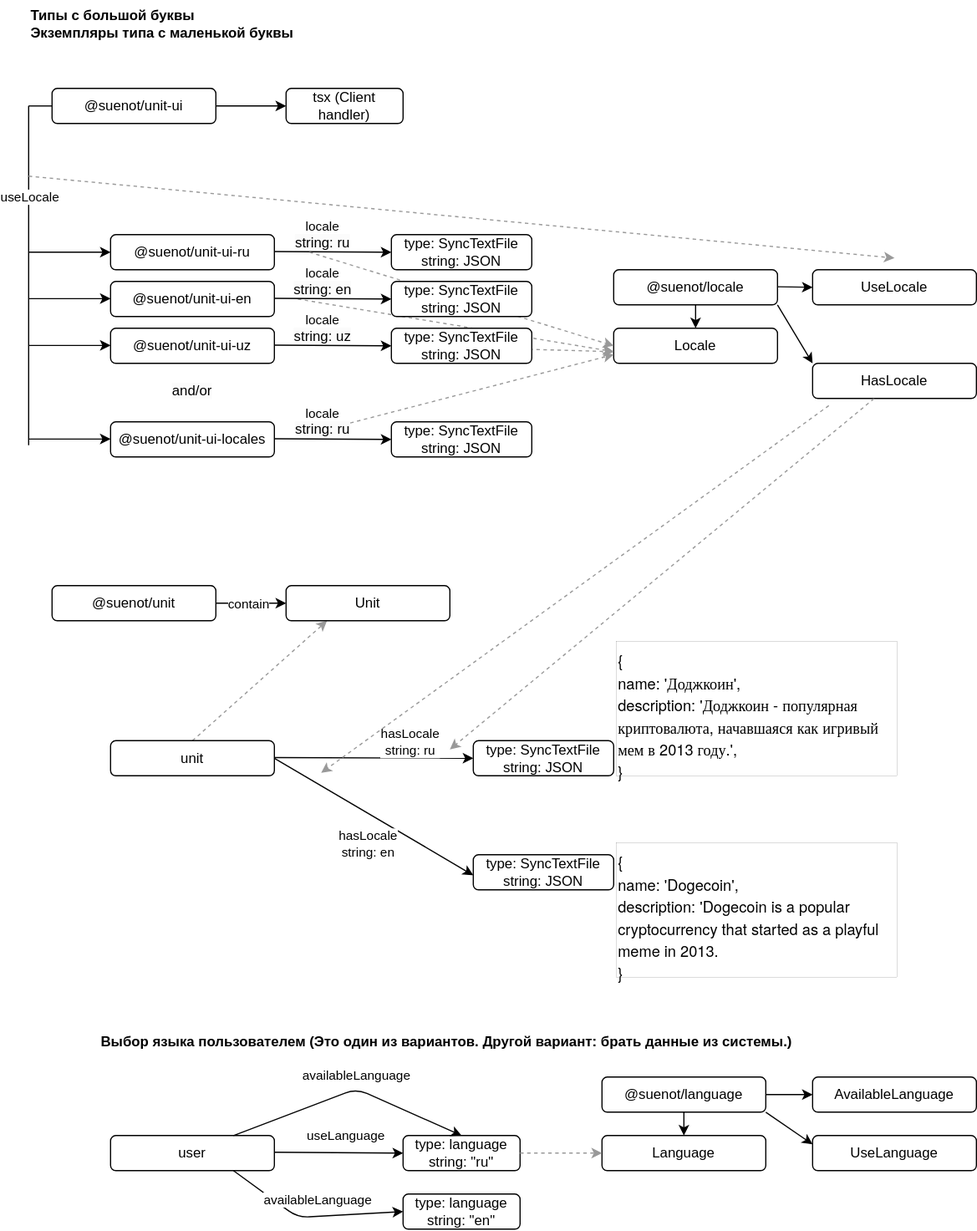
Earlier version of the draw.io export src/db/deep/_locales.drawio.svg (suenot/intuition7). Source tidied: cells renumbered, new cells last; positions are measured from the earlier drawing's top-left corner, leaving out a move shared by most shapes.
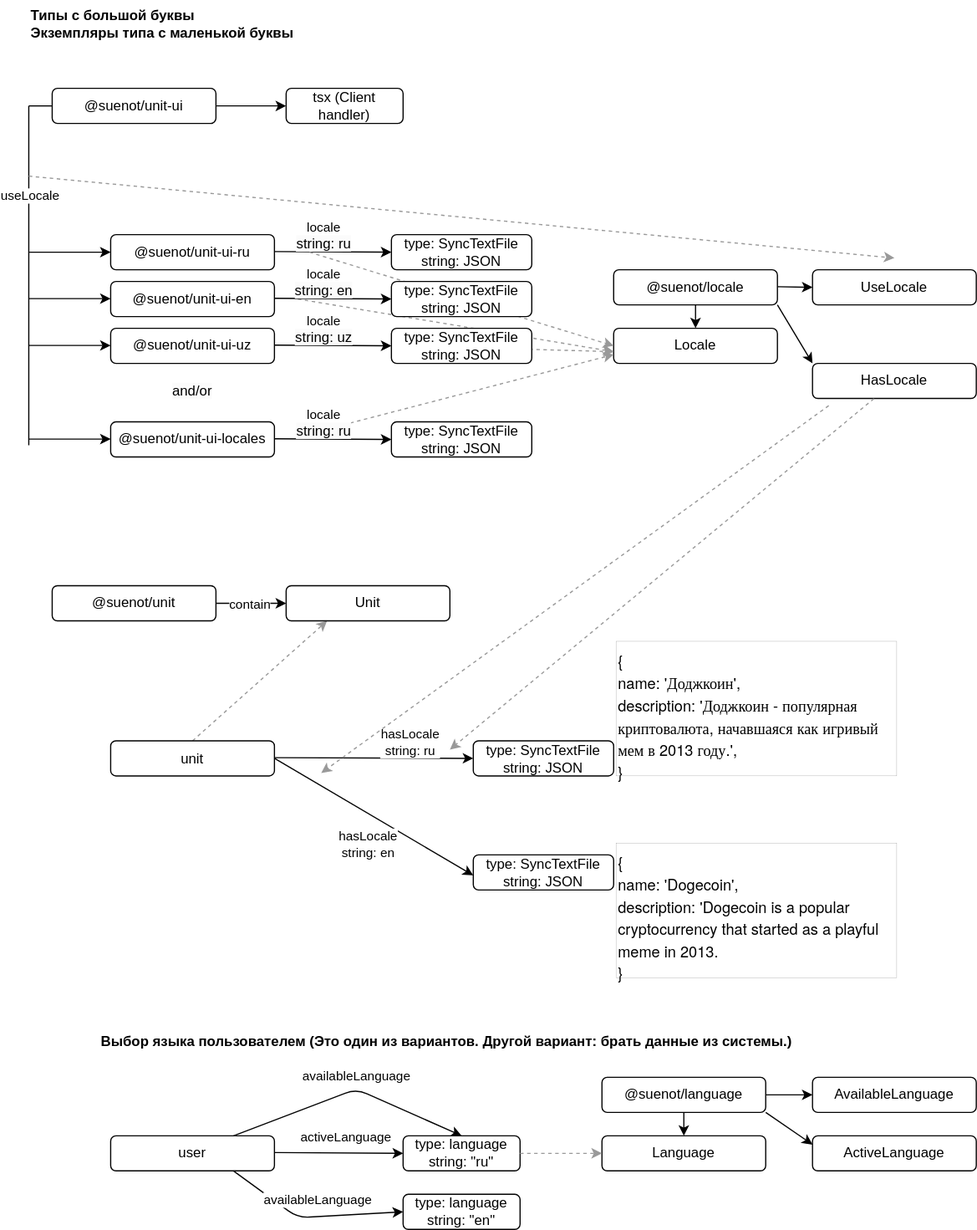
After the change.

Diff of the diagram source:
```diff
@@ -258,7 +258,7 @@
     <mxCell id="65" value="AvailableLanguage" style="rounded=1;whiteSpace=wrap;html=1;labelBackgroundColor=none;" parent="1" vertex="1">
       <mxGeometry x="670" y="920" width="140" height="30" as="geometry" />
     </mxCell>
-    <mxCell id="66" value="UseLanguage" style="rounded=1;whiteSpace=wrap;html=1;labelBackgroundColor=none;" parent="1" vertex="1">
+    <mxCell id="66" value="ActiveLanguage" style="rounded=1;whiteSpace=wrap;html=1;labelBackgroundColor=none;" parent="1" vertex="1">
       <mxGeometry x="670" y="970" width="140" height="30" as="geometry" />
     </mxCell>
     <mxCell id="67" style="edgeStyle=none;html=1;exitX=1;exitY=1;exitDx=0;exitDy=0;entryX=0;entryY=0.25;entryDx=0;entryDy=0;" parent="1" edge="1" source="37" target="66">
@@ -273,7 +273,7 @@
         <mxPoint x="320" y="985" as="targetPoint" />
       </mxGeometry>
     </mxCell>
-    <mxCell id="70" value="useLanguage" style="edgeLabel;html=1;align=center;verticalAlign=middle;" parent="69" vertex="1">
+    <mxCell id="70" value="activeLanguage" style="edgeLabel;html=1;align=center;verticalAlign=middle;" parent="69" vertex="1">
       <mxGeometry x="-0.01" y="-1" relative="1" as="geometry">
         <mxPoint x="6" y="-16" as="offset" />
       </mxGeometry>
```
